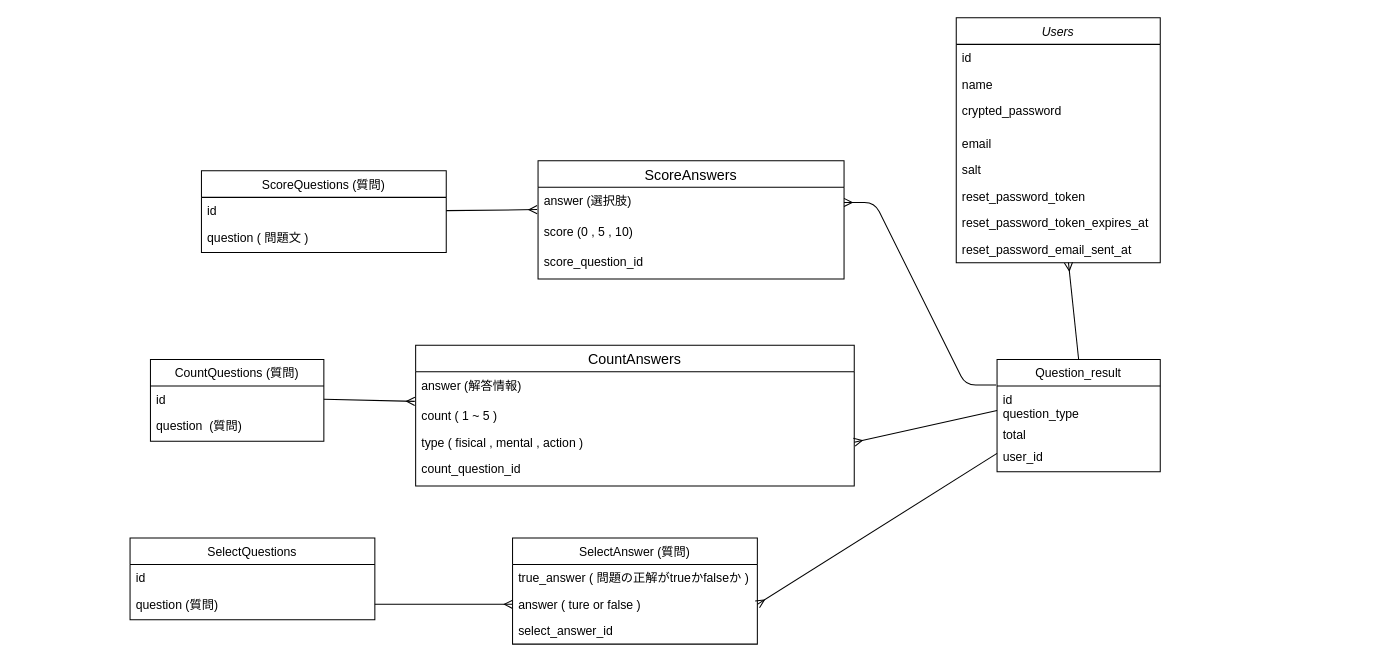
Above: Untitled Diagram.drawio in ko-suke1016/IKEMENTAL (draw.io), before the change. Source tidied: cells renumbered, new cells numbered last; positions are measured from the earlier drawing's top-left corner, leaving out a move shared by most shapes. Both pictures are drawn from the tidied source at 102%, with x=0, y=0 at pixel (17, 17).
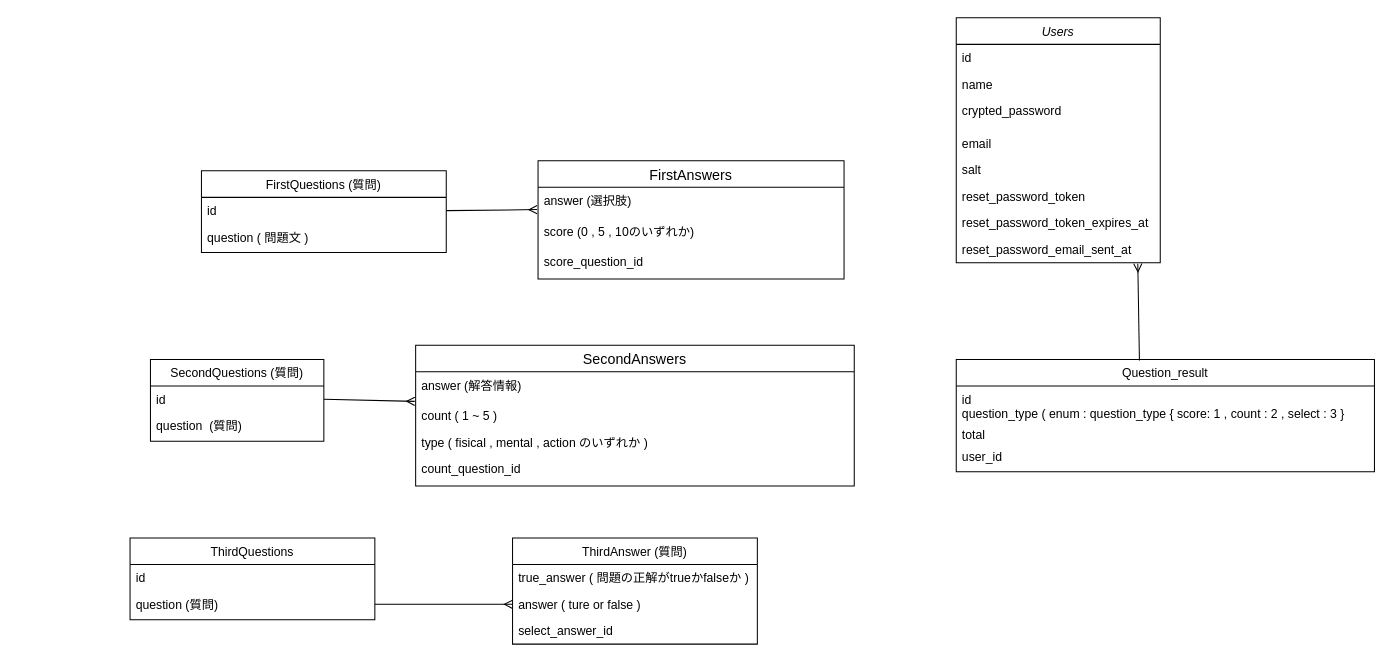
After the change.

Unchanged cells that the change refers to:
```xml
<mxCell id="10" value="reset_password_email_sent_at" style="text;align=left;verticalAlign=top;spacingLeft=4;spacingRight=4;overflow=hidden;points=[[0,0.5],[1,0.5]];portConstraint=eastwest;rounded=0;shadow=0;html=0;" parent="2" vertex="1">
  <mxGeometry y="214" width="200" height="26" as="geometry" />
</mxCell>
<mxCell id="28" value="answer (選択肢)" style="text;strokeColor=none;fillColor=none;spacingLeft=4;spacingRight=4;overflow=hidden;points=[[0,0.5],[1,0.5]];portConstraint=eastwest;fontSize=12;" parent="27" vertex="1">
  <mxGeometry y="26" width="300" height="30" as="geometry" />
</mxCell>
<mxCell id="42" value="answer ( ture or false )" style="text;align=left;verticalAlign=top;spacingLeft=4;spacingRight=4;overflow=hidden;points=[[0,0.5],[1,0.5]];portConstraint=eastwest;" parent="40" vertex="1">
  <mxGeometry y="52" width="240" height="26" as="geometry" />
</mxCell>
```

What changed in the source:
```diff
@@
-    <mxCell id="11" value="CountQuestions (質問)" style="swimlane;fontStyle=0;align=center;verticalAlign=top;horizontal=1;startSize=26;rounded=0;shadow=0;strokeWidth=1;" parent="1" vertex="1">
+    <mxCell id="11" value="SecondQuestions (質問)" style="swimlane;fontStyle=0;align=center;verticalAlign=top;horizontal=1;startSize=26;rounded=0;shadow=0;strokeWidth=1;" parent="1" vertex="1">
       <mxGeometry x="130" y="335" width="170" height="80" as="geometry" />
     </mxCell>
@@
-    <mxCell id="14" value="SelectQuestions" style="swimlane;fontStyle=0;align=center;verticalAlign=top;horizontal=1;startSize=26;rounded=0;shadow=0;strokeWidth=1;" parent="1" vertex="1">
+    <mxCell id="14" value="ThirdQuestions" style="swimlane;fontStyle=0;align=center;verticalAlign=top;horizontal=1;startSize=26;rounded=0;shadow=0;strokeWidth=1;" parent="1" vertex="1">
       <mxGeometry x="110" y="510" width="240" height="80" as="geometry" />
     </mxCell>
@@
     <mxCell id="18" value="Question_result" style="swimlane;fontStyle=0;align=center;verticalAlign=top;horizontal=1;startSize=26;rounded=0;shadow=0;strokeWidth=1;" parent="1" vertex="1">
-      <mxGeometry x="960" y="335" width="160" height="110" as="geometry" />
+      <mxGeometry x="920" y="335" width="410" height="110" as="geometry" />
     </mxCell>
     <mxCell id="19" value="id" style="text;align=left;verticalAlign=top;spacingLeft=4;spacingRight=4;overflow=hidden;points=[[0,0.5],[1,0.5]];portConstraint=eastwest;" parent="18" vertex="1">
-      <mxGeometry y="26" width="160" height="14" as="geometry" />
+      <mxGeometry y="26" width="410" height="14" as="geometry" />
     </mxCell>
-    <mxCell id="20" value="question_type" style="text;align=left;verticalAlign=top;spacingLeft=4;spacingRight=4;overflow=hidden;points=[[0,0.5],[1,0.5]];portConstraint=eastwest;" parent="18" vertex="1">
-      <mxGeometry y="40" width="160" height="20" as="geometry" />
+    <mxCell id="20" value="question_type ( enum : question_type { score: 1 , count : 2 , select : 3 }" style="text;align=left;verticalAlign=top;spacingLeft=4;spacingRight=4;overflow=hidden;points=[[0,0.5],[1,0.5]];portConstraint=eastwest;" parent="18" vertex="1">
+      <mxGeometry y="40" width="410" height="20" as="geometry" />
     </mxCell>
     <mxCell id="21" value="total" style="text;align=left;verticalAlign=top;spacingLeft=4;spacingRight=4;overflow=hidden;" parent="18" vertex="1">
-      <mxGeometry y="60" width="160" height="22" as="geometry" />
+      <mxGeometry y="60" width="410" height="22" as="geometry" />
     </mxCell>
     <mxCell id="22" value="user_id" style="text;align=left;verticalAlign=top;spacingLeft=4;spacingRight=4;overflow=hidden;points=[[0,0.5],[1,0.5]];portConstraint=eastwest;" parent="18" vertex="1">
-      <mxGeometry y="82" width="160" height="20" as="geometry" />
+      <mxGeometry y="82" width="410" height="20" as="geometry" />
     </mxCell>
-    <mxCell id="23" value="ScoreQuestions (質問)" style="swimlane;fontStyle=0;align=center;verticalAlign=top;horizontal=1;startSize=26;rounded=0;shadow=0;strokeWidth=1;" parent="1" vertex="1">
+    <mxCell id="23" value="FirstQuestions (質問)" style="swimlane;fontStyle=0;align=center;verticalAlign=top;horizontal=1;startSize=26;rounded=0;shadow=0;strokeWidth=1;" parent="1" vertex="1">
       <mxGeometry x="180" y="150" width="240" height="80" as="geometry" />
     </mxCell>
@@
-    <mxCell id="26" style="fontSize=12;html=1;endArrow=ERmany;entryX=0.55;entryY=1;entryDx=0;entryDy=0;entryPerimeter=0;exitX=0.5;exitY=0;exitDx=0;exitDy=0;" parent="1" edge="1" source="18" target="10">
+    <mxCell id="26" style="fontSize=12;html=1;endArrow=ERmany;entryX=0.89;entryY=1.038;entryDx=0;entryDy=0;entryPerimeter=0;exitX=0.438;exitY=0.009;exitDx=0;exitDy=0;exitPerimeter=0;" parent="1" edge="1" source="18" target="10">
       <mxGeometry relative="1" as="geometry" />
     </mxCell>
-    <mxCell id="27" value="ScoreAnswers" style="swimlane;fontStyle=0;horizontal=1;startSize=26;align=center;fontSize=14;" parent="1" vertex="1">
+    <mxCell id="27" value="FirstAnswers" style="swimlane;fontStyle=0;horizontal=1;startSize=26;align=center;fontSize=14;" parent="1" vertex="1">
       <mxGeometry x="510" y="140" width="300" height="116" as="geometry" />
     </mxCell>
@@
-    <mxCell id="29" value="score (0 , 5 , 10)" style="text;strokeColor=none;fillColor=none;spacingLeft=4;spacingRight=4;overflow=hidden;fontSize=12;" parent="27" vertex="1">
+    <mxCell id="29" value="score (0 , 5 , 10のいずれか)" style="text;strokeColor=none;fillColor=none;spacingLeft=4;spacingRight=4;overflow=hidden;fontSize=12;" parent="27" vertex="1">
       <mxGeometry y="56" width="300" height="30" as="geometry" />
     </mxCell>
@@
-    <mxCell id="32" style="edgeStyle=entityRelationEdgeStyle;fontSize=12;html=1;endArrow=ERmany;entryX=1;entryY=0.5;entryDx=0;entryDy=0;exitX=-0.006;exitY=-0.071;exitDx=0;exitDy=0;exitPerimeter=0;" parent="1" edge="1" source="19" target="28">
-      <mxGeometry relative="1" as="geometry" />
-    </mxCell>
-    <mxCell id="33" style="fontSize=12;html=1;endArrow=ERmany;exitX=0;exitY=0.5;exitDx=0;exitDy=0;entryX=1;entryY=0.5;entryDx=0;entryDy=0;" parent="1" edge="1" source="20" target="37">
-      <mxGeometry relative="1" as="geometry" />
-    </mxCell>
-    <mxCell id="34" value="CountAnswers" style="swimlane;fontStyle=0;horizontal=1;startSize=26;align=center;fontSize=14;" parent="1" vertex="1">
+    <mxCell id="34" value="SecondAnswers" style="swimlane;fontStyle=0;horizontal=1;startSize=26;align=center;fontSize=14;" parent="1" vertex="1">
       <mxGeometry x="390" y="321" width="430" height="138" as="geometry" />
     </mxCell>
@@
-    <mxCell id="37" value="type ( fisical , mental , action )" style="text;align=left;verticalAlign=top;spacingLeft=4;spacingRight=4;overflow=hidden;points=[[0,0.5],[1,0.5]];portConstraint=eastwest;rounded=0;shadow=0;html=0;" parent="34" vertex="1">
+    <mxCell id="37" value="type ( fisical , mental , action のいずれか )" style="text;align=left;verticalAlign=top;spacingLeft=4;spacingRight=4;overflow=hidden;points=[[0,0.5],[1,0.5]];portConstraint=eastwest;rounded=0;shadow=0;html=0;" parent="34" vertex="1">
       <mxGeometry y="82" width="430" height="26" as="geometry" />
     </mxCell>
@@
-    <mxCell id="40" value="SelectAnswer (質問)" style="swimlane;fontStyle=0;align=center;verticalAlign=top;horizontal=1;startSize=26;rounded=0;shadow=0;strokeWidth=1;" parent="1" vertex="1">
+    <mxCell id="40" value="ThirdAnswer (質問)" style="swimlane;fontStyle=0;align=center;verticalAlign=top;horizontal=1;startSize=26;rounded=0;shadow=0;strokeWidth=1;" parent="1" vertex="1">
       <mxGeometry x="485" y="510" width="240" height="104" as="geometry" />
     </mxCell>
@@
-    <mxCell id="45" style="fontSize=12;html=1;endArrow=ERmany;exitX=0;exitY=0.5;exitDx=0;exitDy=0;entryX=1;entryY=0.5;entryDx=0;entryDy=0;" parent="1" edge="1" source="22" target="42">
-      <mxGeometry relative="1" as="geometry" />
-    </mxCell>
```
